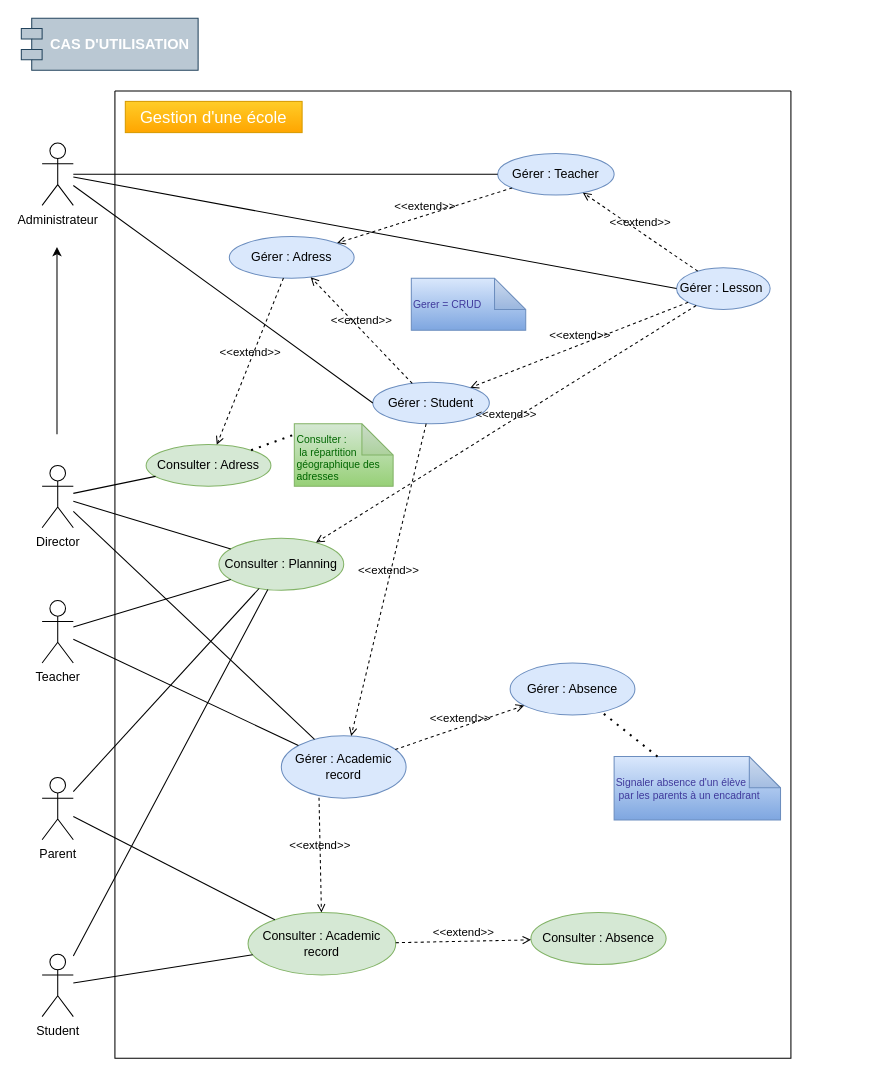
Above: doc/Cas_dUtilisation.drawio in MelissaHOA/EXO_Gestion_Ecole (draw.io), before the change. Source tidied: cells renumbered, new cells numbered last; positions are measured from the earlier drawing's top-left corner, leaving out a move shared by most shapes. Both pictures are drawn from the tidied source at 104%, with x=0, y=0 at pixel (21, 18).
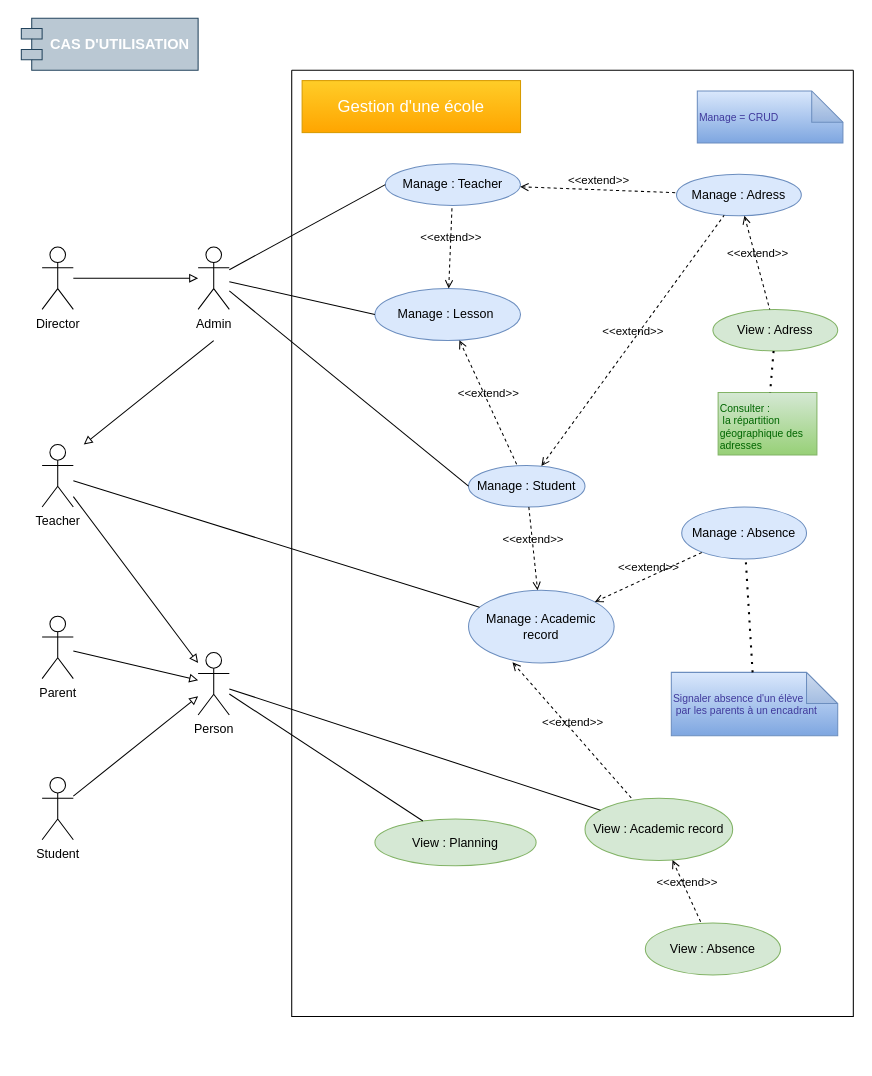
Above is the later version.

Commit message:
Mettre à jour Cas_dUtilisation.drawio

Change to the diagram source:
```diff
@@
-    <mxCell id="2" value="Administrateur" style="shape=umlActor;verticalLabelPosition=bottom;verticalAlign=top;html=1;" parent="1" vertex="1">
-      <mxGeometry x="20" y="120" width="30" height="60" as="geometry" />
+    <mxCell id="2" value="Admin" style="shape=umlActor;verticalLabelPosition=bottom;verticalAlign=top;html=1;" parent="1" vertex="1">
+      <mxGeometry x="170" y="220" width="30" height="60" as="geometry" />
     </mxCell>
@@
     <mxCell id="4" style="swimlane;startSize=0;fontSize=13;" parent="1" vertex="1">
-      <mxGeometry x="90" y="70" width="650" height="930" as="geometry" />
+      <mxGeometry x="260" y="50" width="540" height="910" as="geometry" />
     </mxCell>
     <mxCell id="5" value="&lt;font style=&quot;font-size: 16px;&quot;&gt;Gestion d'une école&lt;/font&gt;" style="html=1;whiteSpace=wrap;fontSize=16;fillColor=#ffcd28;gradientColor=#ffa500;strokeColor=#d79b00;fontColor=#ffffff;" parent="4" vertex="1">
-      <mxGeometry x="10" y="10" width="170" height="30" as="geometry" />
+      <mxGeometry x="10" y="10" width="210" height="50" as="geometry" />
     </mxCell>
-    <mxCell id="6" value="Gérer : Student" style="ellipse;whiteSpace=wrap;html=1;fillColor=#dae8fc;strokeColor=#6c8ebf;" parent="4" vertex="1">
-      <mxGeometry x="248" y="280" width="112" height="40" as="geometry" />
+    <mxCell id="6" value="Manage : Student" style="ellipse;whiteSpace=wrap;html=1;fillColor=#dae8fc;strokeColor=#6c8ebf;" parent="4" vertex="1">
+      <mxGeometry x="170" y="380" width="112" height="40" as="geometry" />
     </mxCell>
-    <mxCell id="7" value="Gérer : Teacher" style="ellipse;whiteSpace=wrap;html=1;fillColor=#dae8fc;strokeColor=#6c8ebf;" parent="4" vertex="1">
-      <mxGeometry x="368" y="60" width="112" height="40" as="geometry" />
+    <mxCell id="7" value="Manage : Teacher" style="ellipse;whiteSpace=wrap;html=1;fillColor=#dae8fc;strokeColor=#6c8ebf;" parent="4" vertex="1">
+      <mxGeometry x="90" y="90" width="130" height="40" as="geometry" />
     </mxCell>
-    <mxCell id="8" value="Gérer : Lesson&amp;nbsp;" style="ellipse;whiteSpace=wrap;html=1;fillColor=#dae8fc;strokeColor=#6c8ebf;" parent="4" vertex="1">
-      <mxGeometry x="540" y="170" width="90" height="40" as="geometry" />
+    <mxCell id="8" value="Manage : Lesson&amp;nbsp;" style="ellipse;whiteSpace=wrap;html=1;fillColor=#dae8fc;strokeColor=#6c8ebf;" parent="4" vertex="1">
+      <mxGeometry x="80" y="210" width="140" height="50" as="geometry" />
     </mxCell>
-    <mxCell id="9" value="Consulter : Planning" style="ellipse;whiteSpace=wrap;html=1;fillColor=#d5e8d4;strokeColor=#82b366;" parent="4" vertex="1">
-      <mxGeometry x="100" y="430" width="120" height="50" as="geometry" />
+    <mxCell id="9" value="View : Planning" style="ellipse;whiteSpace=wrap;html=1;fillColor=#d5e8d4;strokeColor=#82b366;" parent="4" vertex="1">
+      <mxGeometry x="80" y="720" width="155" height="45" as="geometry" />
     </mxCell>
-    <mxCell id="10" value="Gérer : Adress" style="ellipse;whiteSpace=wrap;html=1;fillColor=#dae8fc;strokeColor=#6c8ebf;" parent="4" vertex="1">
-      <mxGeometry x="110" y="140" width="120" height="40" as="geometry" />
+    <mxCell id="10" value="Manage : Adress" style="ellipse;whiteSpace=wrap;html=1;fillColor=#dae8fc;strokeColor=#6c8ebf;" parent="4" vertex="1">
+      <mxGeometry x="370" y="100" width="120" height="40" as="geometry" />
     </mxCell>
-    <mxCell id="11" value="Consulter : Adress" style="ellipse;whiteSpace=wrap;html=1;fillColor=#d5e8d4;strokeColor=#82b366;" parent="4" vertex="1">
-      <mxGeometry x="30" y="340" width="120" height="40" as="geometry" />
+    <mxCell id="11" value="View : Adress" style="ellipse;whiteSpace=wrap;html=1;fillColor=#d5e8d4;strokeColor=#82b366;" parent="4" vertex="1">
+      <mxGeometry x="405" y="230" width="120" height="40" as="geometry" />
     </mxCell>
-    <mxCell id="12" value="Consulter :&lt;br&gt;&amp;nbsp;la répartition géographique des adresses" style="shape=note;whiteSpace=wrap;html=1;backgroundOutline=1;darkOpacity=0.05;fillColor=#d5e8d4;strokeColor=#82b366;fontSize=10;align=left;verticalAlign=bottom;gradientColor=#97d077;fontColor=#006600;" parent="4" vertex="1">
-      <mxGeometry x="172.5" y="320" width="95" height="60" as="geometry" />
+    <mxCell id="12" value="Consulter :&lt;br&gt;&amp;nbsp;la répartition géographique des adresses" style="shape=note;whiteSpace=wrap;html=1;backgroundOutline=1;darkOpacity=0.05;fillColor=#d5e8d4;strokeColor=#82b366;fontSize=10;align=left;verticalAlign=bottom;gradientColor=#97d077;fontColor=#006600;size=0;" parent="4" vertex="1">
+      <mxGeometry x="410" y="310" width="95" height="60" as="geometry" />
     </mxCell>
-    <mxCell id="13" style="endArrow=none;dashed=1;html=1;dashPattern=1 3;strokeWidth=2;rounded=0;entryX=0.026;entryY=0.158;entryDx=0;entryDy=0;entryPerimeter=0;" parent="4" edge="1" source="11" target="12">
+    <mxCell id="13" style="endArrow=none;dashed=1;html=1;dashPattern=1 3;strokeWidth=2;rounded=0;" parent="4" edge="1" source="11" target="12">
       <mxGeometry relative="1" as="geometry" />
     </mxCell>
-    <mxCell id="14" value="Gerer = CRUD" style="shape=note;whiteSpace=wrap;html=1;backgroundOutline=1;darkOpacity=0.05;fillColor=#dae8fc;strokeColor=#6c8ebf;fontSize=10;align=left;verticalAlign=middle;gradientColor=#7ea6e0;fontColor=#403a9c;" parent="4" vertex="1">
-      <mxGeometry x="285" y="180" width="110" height="50" as="geometry" />
+    <mxCell id="14" value="Manage = CRUD" style="shape=note;whiteSpace=wrap;html=1;backgroundOutline=1;darkOpacity=0.05;fillColor=#dae8fc;strokeColor=#6c8ebf;fontSize=10;align=left;verticalAlign=middle;gradientColor=#7ea6e0;fontColor=#403a9c;" parent="4" vertex="1">
+      <mxGeometry x="390" y="20" width="140" height="50" as="geometry" />
     </mxCell>
-    <mxCell id="15" value="Consulter : Academic record" style="ellipse;whiteSpace=wrap;html=1;fillColor=#d5e8d4;strokeColor=#82b366;" parent="4" vertex="1">
-      <mxGeometry x="128" y="790" width="142" height="60" as="geometry" />
+    <mxCell id="15" value="View : Academic record" style="ellipse;whiteSpace=wrap;html=1;fillColor=#d5e8d4;strokeColor=#82b366;" parent="4" vertex="1">
+      <mxGeometry x="282" y="700" width="142" height="60" as="geometry" />
     </mxCell>
-    <mxCell id="16" value="Gérer : Academic record" style="ellipse;whiteSpace=wrap;html=1;fillColor=#dae8fc;strokeColor=#6c8ebf;" parent="4" vertex="1">
-      <mxGeometry x="160" y="620" width="120" height="60" as="geometry" />
+    <mxCell id="16" value="Manage : Academic record" style="ellipse;whiteSpace=wrap;html=1;fillColor=#dae8fc;strokeColor=#6c8ebf;" parent="4" vertex="1">
+      <mxGeometry x="170" y="500" width="140" height="70" as="geometry" />
     </mxCell>
-    <mxCell id="17" value="&amp;lt;&amp;lt;extend&amp;gt;&amp;gt;" style="html=1;verticalAlign=bottom;labelBackgroundColor=none;endArrow=open;endFill=0;dashed=1;rounded=0;exitX=0.302;exitY=0.991;exitDx=0;exitDy=0;exitPerimeter=0;" parent="4" edge="1" source="16" target="15">
+    <mxCell id="17" value="&amp;lt;&amp;lt;extend&amp;gt;&amp;gt;" style="html=1;verticalAlign=bottom;labelBackgroundColor=none;endArrow=none;endFill=0;dashed=1;rounded=0;exitX=0.302;exitY=0.991;exitDx=0;exitDy=0;exitPerimeter=0;startArrow=open;startFill=0;" parent="4" edge="1" source="16" target="15">
       <mxGeometry relative="1" as="geometry" />
     </mxCell>
@@
-    <mxCell id="19" value="&amp;lt;&amp;lt;extend&amp;gt;&amp;gt;" style="html=1;verticalAlign=bottom;labelBackgroundColor=none;endArrow=open;endFill=0;dashed=1;rounded=0;" parent="4" edge="1" source="7" target="10">
+    <mxCell id="19" value="&amp;lt;&amp;lt;extend&amp;gt;&amp;gt;" style="html=1;verticalAlign=bottom;labelBackgroundColor=none;endArrow=none;endFill=0;dashed=1;rounded=0;startArrow=open;startFill=0;" parent="4" edge="1" source="7" target="10">
       <mxGeometry relative="1" as="geometry" />
     </mxCell>
-    <mxCell id="20" value="&amp;lt;&amp;lt;extend&amp;gt;&amp;gt;" style="html=1;verticalAlign=bottom;labelBackgroundColor=none;endArrow=open;endFill=0;dashed=1;rounded=0;" parent="4" edge="1" source="8" target="7">
+    <mxCell id="20" value="&amp;lt;&amp;lt;extend&amp;gt;&amp;gt;" style="html=1;verticalAlign=bottom;labelBackgroundColor=none;endArrow=none;endFill=0;dashed=1;rounded=0;startArrow=open;startFill=0;" parent="4" edge="1" source="8" target="7">
       <mxGeometry relative="1" as="geometry" />
     </mxCell>
-    <mxCell id="21" value="&amp;lt;&amp;lt;extend&amp;gt;&amp;gt;" style="html=1;verticalAlign=bottom;labelBackgroundColor=none;endArrow=open;endFill=0;dashed=1;rounded=0;" parent="4" edge="1" source="8" target="6">
+    <mxCell id="21" value="&amp;lt;&amp;lt;extend&amp;gt;&amp;gt;" style="html=1;verticalAlign=bottom;labelBackgroundColor=none;endArrow=none;endFill=0;dashed=1;rounded=0;startArrow=open;startFill=0;" parent="4" edge="1" source="8" target="6">
       <mxGeometry relative="1" as="geometry" />
     </mxCell>
-    <mxCell id="22" value="&amp;lt;&amp;lt;extend&amp;gt;&amp;gt;" style="html=1;verticalAlign=bottom;labelBackgroundColor=none;endArrow=open;endFill=0;dashed=1;rounded=0;" parent="4" edge="1" source="6" target="10">
+    <mxCell id="22" value="&amp;lt;&amp;lt;extend&amp;gt;&amp;gt;" style="html=1;verticalAlign=bottom;labelBackgroundColor=none;endArrow=none;endFill=0;dashed=1;rounded=0;startArrow=open;startFill=0;" parent="4" edge="1" source="6" target="10">
       <mxGeometry relative="1" as="geometry" />
     </mxCell>
-    <mxCell id="23" value="&amp;lt;&amp;lt;extend&amp;gt;&amp;gt;" style="html=1;verticalAlign=bottom;labelBackgroundColor=none;endArrow=open;endFill=0;dashed=1;rounded=0;" parent="4" edge="1" source="10" target="11">
+    <mxCell id="23" value="&amp;lt;&amp;lt;extend&amp;gt;&amp;gt;" style="html=1;verticalAlign=bottom;labelBackgroundColor=none;endArrow=none;endFill=0;dashed=1;rounded=0;startArrow=open;startFill=0;" parent="4" edge="1" source="10" target="11">
       <mxGeometry relative="1" as="geometry" />
     </mxCell>
-    <mxCell id="24" value="&amp;lt;&amp;lt;extend&amp;gt;&amp;gt;" style="html=1;verticalAlign=bottom;labelBackgroundColor=none;endArrow=open;endFill=0;dashed=1;rounded=0;" parent="4" edge="1" source="8" target="9">
-      <mxGeometry relative="1" as="geometry" />
-    </mxCell>
-    <mxCell id="25" value="Gérer : Absence" style="ellipse;whiteSpace=wrap;html=1;fillColor=#dae8fc;strokeColor=#6c8ebf;" parent="4" vertex="1">
-      <mxGeometry x="380" y="550" width="120" height="50" as="geometry" />
+    <mxCell id="25" value="Manage : Absence" style="ellipse;whiteSpace=wrap;html=1;fillColor=#dae8fc;strokeColor=#6c8ebf;" parent="4" vertex="1">
+      <mxGeometry x="375" y="420" width="120" height="50" as="geometry" />
     </mxCell>
-    <mxCell id="26" value="Consulter : Absence" style="ellipse;whiteSpace=wrap;html=1;fillColor=#d5e8d4;strokeColor=#82b366;" parent="4" vertex="1">
-      <mxGeometry x="400" y="790" width="130" height="50" as="geometry" />
+    <mxCell id="26" value="View : Absence" style="ellipse;whiteSpace=wrap;html=1;fillColor=#d5e8d4;strokeColor=#82b366;" parent="4" vertex="1">
+      <mxGeometry x="340" y="820" width="130" height="50" as="geometry" />
     </mxCell>
     <mxCell id="27" value="Signaler absence d'un élève&lt;br&gt;&amp;nbsp;par les parents à un encadrant" style="shape=note;whiteSpace=wrap;html=1;backgroundOutline=1;darkOpacity=0.05;fillColor=#dae8fc;strokeColor=#6c8ebf;fontSize=10;align=left;verticalAlign=middle;gradientColor=#7ea6e0;fontColor=#403a9c;" parent="4" vertex="1">
-      <mxGeometry x="480" y="640" width="160" height="61" as="geometry" />
+      <mxGeometry x="365" y="579" width="160" height="61" as="geometry" />
     </mxCell>
@@
-    <mxCell id="29" value="&amp;lt;&amp;lt;extend&amp;gt;&amp;gt;" style="html=1;verticalAlign=bottom;labelBackgroundColor=none;endArrow=open;endFill=0;dashed=1;rounded=0;" parent="4" edge="1" source="16" target="25">
+    <mxCell id="29" value="&amp;lt;&amp;lt;extend&amp;gt;&amp;gt;" style="html=1;verticalAlign=bottom;labelBackgroundColor=none;endArrow=none;endFill=0;dashed=1;rounded=0;startArrow=open;startFill=0;" parent="4" edge="1" source="16" target="25">
       <mxGeometry relative="1" as="geometry" />
     </mxCell>
-    <mxCell id="30" value="&amp;lt;&amp;lt;extend&amp;gt;&amp;gt;" style="html=1;verticalAlign=bottom;labelBackgroundColor=none;endArrow=open;endFill=0;dashed=1;rounded=0;" parent="4" edge="1" source="15" target="26">
+    <mxCell id="30" value="&amp;lt;&amp;lt;extend&amp;gt;&amp;gt;" style="html=1;verticalAlign=bottom;labelBackgroundColor=none;endArrow=none;endFill=0;dashed=1;rounded=0;startArrow=open;startFill=0;" parent="4" edge="1" source="15" target="26">
       <mxGeometry relative="1" as="geometry" />
     </mxCell>
@@
-    <mxCell id="34" value="Student" style="shape=umlActor;verticalLabelPosition=bottom;verticalAlign=top;html=1;" parent="1" vertex="1">
-      <mxGeometry x="20" y="900" width="30" height="60" as="geometry" />
-    </mxCell>
-    <mxCell id="35" value="Teacher" style="shape=umlActor;verticalLabelPosition=bottom;verticalAlign=top;html=1;" parent="1" vertex="1">
-      <mxGeometry x="20" y="560" width="30" height="60" as="geometry" />
-    </mxCell>
-    <mxCell id="36" style="endArrow=none;html=1;rounded=0;" parent="1" edge="1" source="35" target="9">
-      <mxGeometry relative="1" as="geometry" />
-    </mxCell>
-    <mxCell id="37" style="endArrow=none;html=1;rounded=0;" parent="1" edge="1" source="34" target="9">
-      <mxGeometry relative="1" as="geometry" />
-    </mxCell>
-    <mxCell id="38" style="edgeStyle=none;rounded=0;orthogonalLoop=1;jettySize=auto;html=1;" parent="1" edge="1">
-      <mxGeometry relative="1" as="geometry">
-        <mxPoint x="34.3" y="400" as="sourcePoint" />
-        <mxPoint x="34.3" y="220" as="targetPoint" />
-      </mxGeometry>
+    <mxCell id="38" style="edgeStyle=none;rounded=0;jettySize=auto;html=1;endArrow=block;endFill=0;" parent="1" edge="1" source="39" target="2">
+      <mxGeometry relative="1" as="geometry" />
     </mxCell>
     <mxCell id="39" value="Director" style="shape=umlActor;verticalLabelPosition=bottom;verticalAlign=top;html=1;" parent="1" vertex="1">
-      <mxGeometry x="20" y="430" width="30" height="60" as="geometry" />
+      <mxGeometry x="20" y="220" width="30" height="60" as="geometry" />
     </mxCell>
-    <mxCell id="40" style="endArrow=none;html=1;rounded=0;" parent="1" edge="1" source="39" target="11">
-      <mxGeometry relative="1" as="geometry" />
-    </mxCell>
-    <mxCell id="41" style="endArrow=none;html=1;rounded=0;" parent="1" edge="1" source="39" target="9">
-      <mxGeometry relative="1" as="geometry" />
-    </mxCell>
+    <mxCell id="48" style="endArrow=none;html=1;rounded=0;" parent="1" edge="1" source="50" target="9">
+      <mxGeometry relative="1" as="geometry" />
+    </mxCell>
+    <mxCell id="49" style="endArrow=none;html=1;rounded=0;" parent="1" edge="1" source="15" target="50">
+      <mxGeometry relative="1" as="geometry" />
+    </mxCell>
+    <mxCell id="45" style="endArrow=none;html=1;rounded=0;" parent="1" edge="1" source="35" target="16">
+      <mxGeometry relative="1" as="geometry" />
+    </mxCell>
+    <mxCell id="35" value="Teacher" style="shape=umlActor;verticalLabelPosition=bottom;verticalAlign=top;html=1;" parent="1" vertex="1">
+      <mxGeometry x="20" y="410" width="30" height="60" as="geometry" />
+    </mxCell>
+    <mxCell id="34" value="Student" style="shape=umlActor;verticalLabelPosition=bottom;verticalAlign=top;html=1;" parent="1" vertex="1">
+      <mxGeometry x="20" y="730" width="30" height="60" as="geometry" />
+    </mxCell>
+    <mxCell id="50" value="Person" style="shape=umlActor;verticalLabelPosition=bottom;verticalAlign=top;html=1;" parent="1" vertex="1">
+      <mxGeometry x="170" y="610" width="30" height="60" as="geometry" />
+    </mxCell>
     <mxCell id="42" value="Parent" style="shape=umlActor;verticalLabelPosition=bottom;verticalAlign=top;html=1;" parent="1" vertex="1">
-      <mxGeometry x="20" y="730" width="30" height="60" as="geometry" />
+      <mxGeometry x="20" y="575" width="30" height="60" as="geometry" />
     </mxCell>
-    <mxCell id="43" style="endArrow=none;html=1;rounded=0;" parent="1" edge="1" source="34" target="15">
-      <mxGeometry relative="1" as="geometry" />
-    </mxCell>
-    <mxCell id="44" style="endArrow=none;html=1;rounded=0;" parent="1" edge="1" source="42" target="15">
-      <mxGeometry relative="1" as="geometry" />
-    </mxCell>
-    <mxCell id="45" style="endArrow=none;html=1;rounded=0;" parent="1" edge="1" source="35" target="16">
-      <mxGeometry relative="1" as="geometry" />
-    </mxCell>
-    <mxCell id="46" style="endArrow=none;html=1;rounded=0;" parent="1" edge="1" source="39" target="16">
-      <mxGeometry relative="1" as="geometry" />
-    </mxCell>
-    <mxCell id="47" style="endArrow=none;html=1;rounded=0;" parent="1" edge="1" source="42" target="9">
-      <mxGeometry relative="1" as="geometry" />
-    </mxCell>
+    <mxCell id="51" style="endArrow=block;html=1;rounded=0;endFill=0;" parent="1" edge="1" source="35" target="50">
+      <mxGeometry relative="1" as="geometry" />
+    </mxCell>
+    <mxCell id="52" style="endArrow=block;html=1;rounded=0;endFill=0;" parent="1" edge="1" source="42" target="50">
+      <mxGeometry relative="1" as="geometry" />
+    </mxCell>
+    <mxCell id="53" style="endArrow=block;html=1;rounded=0;endFill=0;" parent="1" edge="1" source="34" target="50">
+      <mxGeometry relative="1" as="geometry" />
+    </mxCell>
+    <mxCell id="54" style="edgeStyle=none;rounded=0;orthogonalLoop=1;jettySize=auto;html=1;endArrow=block;endFill=0;" parent="1" edge="1">
+      <mxGeometry relative="1" as="geometry">
+        <mxPoint x="185" y="310" as="sourcePoint" />
+        <mxPoint x="60" y="410" as="targetPoint" />
+      </mxGeometry>
+    </mxCell>
```
